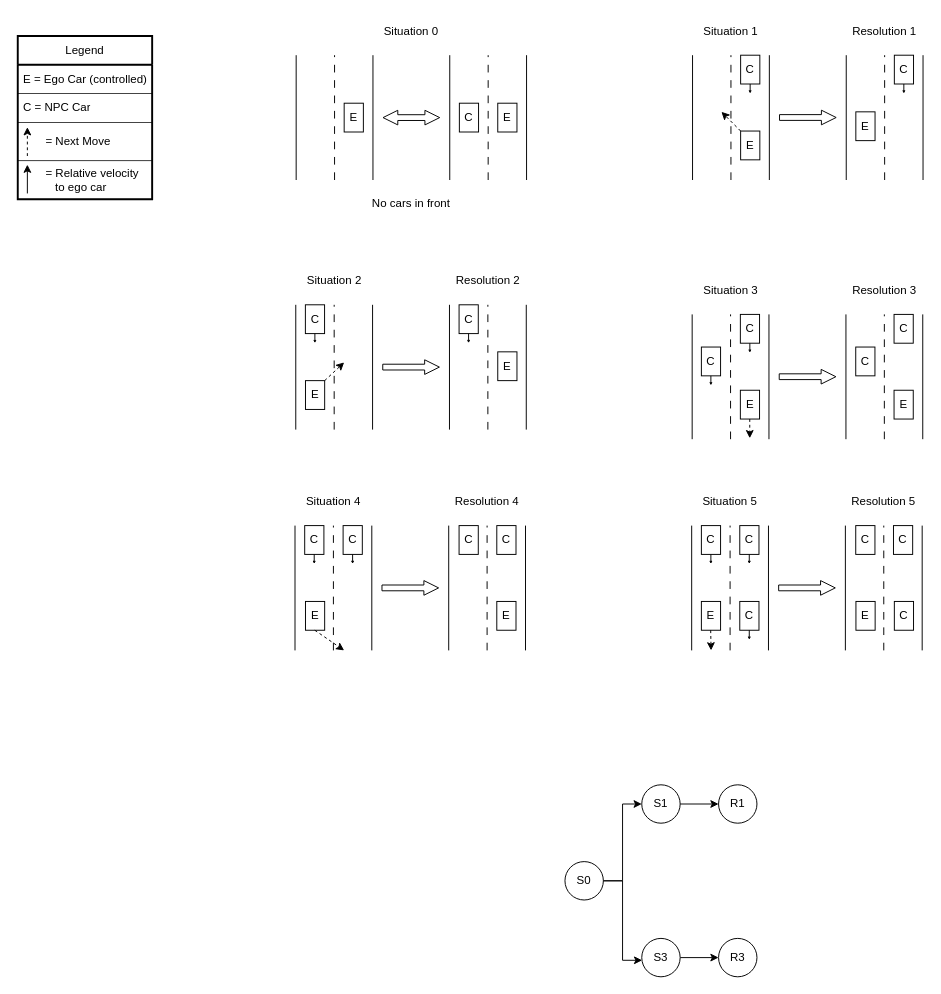
johnp0704/Autonomy1_Self_Driving_Car_Final_Project keeps this draw.io diagram as Road_situations.drawio. Above is the earlier version. Source tidied: cells renumbered, new cells numbered last; positions are measured from the earlier drawing's top-left corner, leaving out a move shared by most shapes. Both pictures are drawn from the tidied source at 96%, with x=0, y=0 at pixel (17, 16).
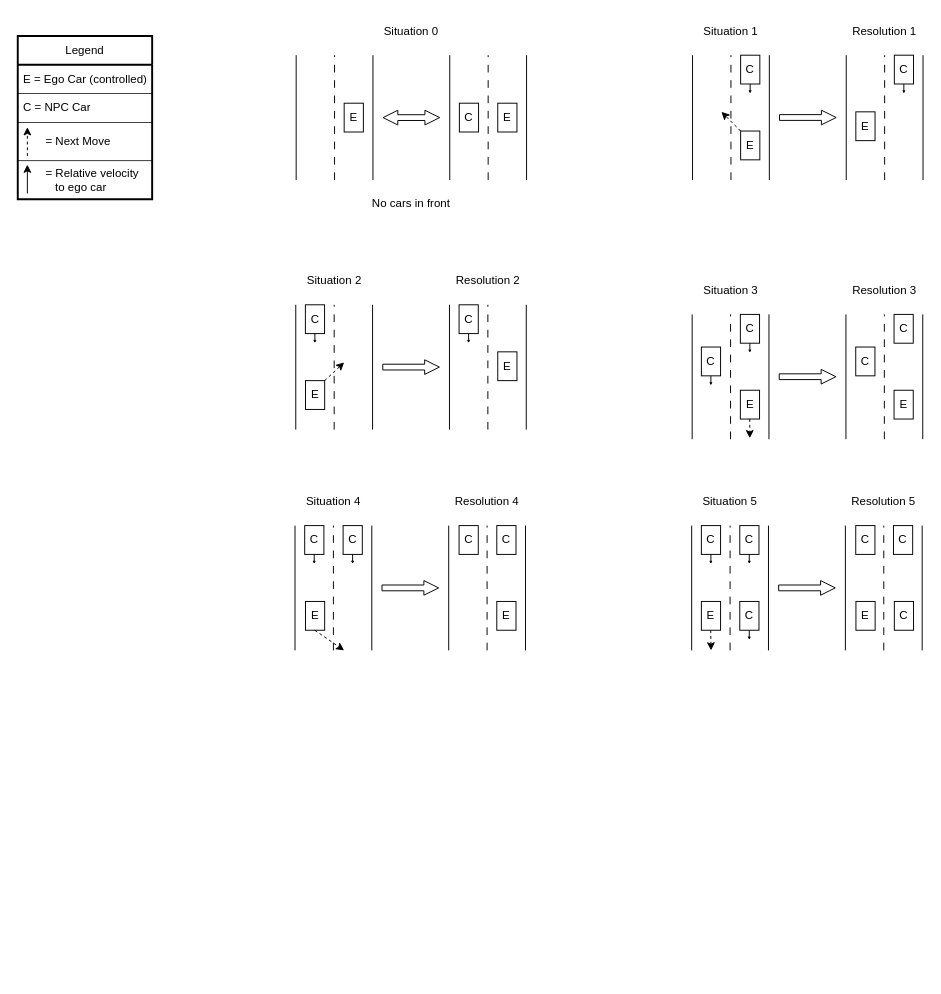
Above is the later version.

Commit message (it also covers changes not shown here):
finished auto lane change commit

The edit, as a diff of the source:
```diff
@@
-    <mxCell id="110" style="edgeStyle=orthogonalEdgeStyle;rounded=0;jettySize=auto;html=1;entryX=0;entryY=0.5;entryDx=0;entryDy=0;" parent="1" edge="1" source="111" target="113">
-      <mxGeometry relative="1" as="geometry" />
-    </mxCell>
-    <mxCell id="111" value="S&lt;span style=&quot;background-color: transparent; color: light-dark(rgb(0, 0, 0), rgb(255, 255, 255));&quot;&gt;0&lt;/span&gt;" style="ellipse;whiteSpace=wrap;html=1;" parent="1" vertex="1">
-      <mxGeometry x="570" y="880" width="40" height="40" as="geometry" />
-    </mxCell>
-    <mxCell id="112" style="edgeStyle=orthogonalEdgeStyle;rounded=0;jettySize=auto;html=1;" parent="1" edge="1" source="113" target="118">
-      <mxGeometry relative="1" as="geometry" />
-    </mxCell>
-    <mxCell id="113" value="S1" style="ellipse;whiteSpace=wrap;html=1;" parent="1" vertex="1">
-      <mxGeometry x="650" y="800" width="40" height="40" as="geometry" />
-    </mxCell>
-    <mxCell id="114" style="edgeStyle=orthogonalEdgeStyle;rounded=0;jettySize=auto;html=1;" parent="1" edge="1" source="115" target="117">
-      <mxGeometry relative="1" as="geometry" />
-    </mxCell>
-    <mxCell id="115" value="S3" style="ellipse;whiteSpace=wrap;html=1;" parent="1" vertex="1">
-      <mxGeometry x="650" y="960" width="40" height="40" as="geometry" />
-    </mxCell>
-    <mxCell id="116" style="edgeStyle=orthogonalEdgeStyle;rounded=0;jettySize=auto;html=1;exitX=1;exitY=0.5;exitDx=0;exitDy=0;entryX=0.01;entryY=0.57;entryDx=0;entryDy=0;entryPerimeter=0;" parent="1" edge="1" source="111" target="115">
-      <mxGeometry relative="1" as="geometry" />
-    </mxCell>
-    <mxCell id="117" value="R3" style="ellipse;whiteSpace=wrap;html=1;" parent="1" vertex="1">
-      <mxGeometry x="730" y="960" width="40" height="40" as="geometry" />
-    </mxCell>
-    <mxCell id="118" value="R1" style="ellipse;whiteSpace=wrap;html=1;" parent="1" vertex="1">
-      <mxGeometry x="730" y="800" width="40" height="40" as="geometry" />
-    </mxCell>
```
